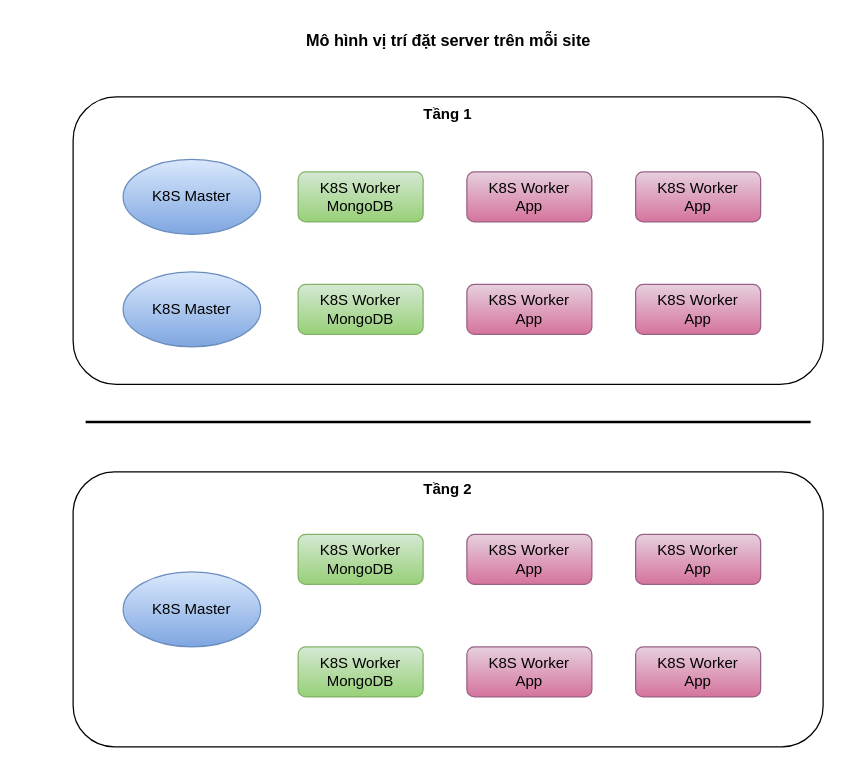
hiep1097/drawio keeps this draw.io diagram as page "Trang-2" (2 of 4) of trien khai mano ocs 100M.drawio. Above is the earlier version. Source tidied: cells renumbered, new cells numbered last; positions are measured from the earlier drawing's top-left corner, leaving out a move shared by most shapes. Both pictures are drawn from the tidied source at 125%, with x=0, y=0 at pixel (72, 21).
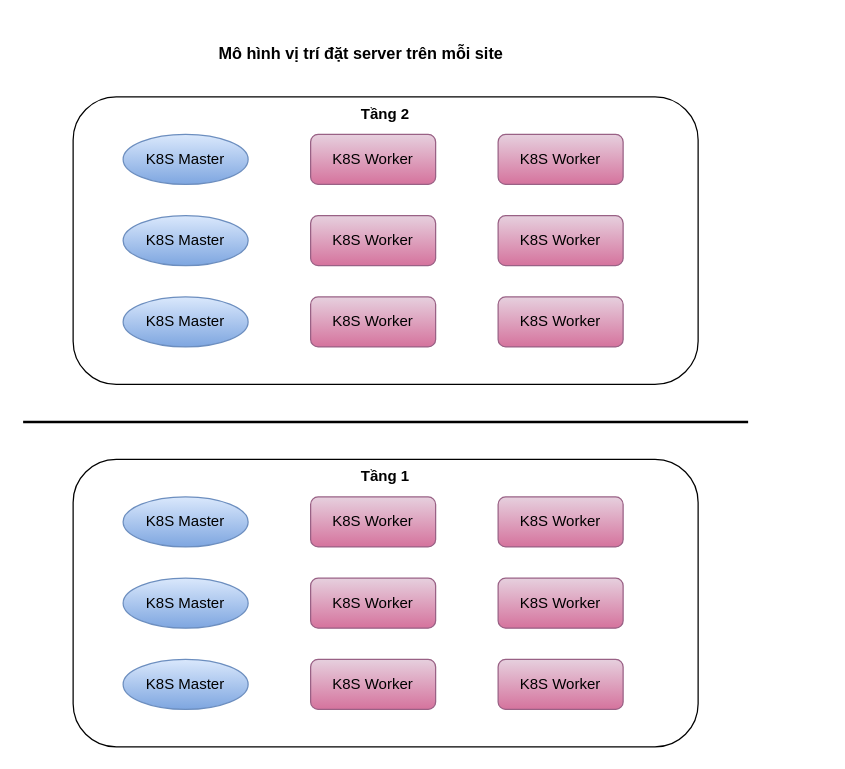
Above is the later version.

Diff of the diagram source:
```diff
@@
-    <mxCell id="2" value="Tầng 2" style="rounded=1;whiteSpace=wrap;html=1;verticalAlign=top;fontStyle=1;" parent="1" vertex="1">
-      <mxGeometry y="360" width="600" height="220" as="geometry" />
-    </mxCell>
-    <mxCell id="3" value="Tầng 1" style="rounded=1;whiteSpace=wrap;html=1;verticalAlign=top;fontStyle=1;" parent="1" vertex="1">
-      <mxGeometry y="60" width="600" height="230" as="geometry" />
+    <mxCell id="3" value="Tầng 2" style="rounded=1;whiteSpace=wrap;html=1;verticalAlign=top;fontStyle=1;" parent="1" vertex="1">
+      <mxGeometry y="60" width="500" height="230" as="geometry" />
     </mxCell>
     <mxCell id="4" style="endArrow=none;html=1;strokeWidth=2;rounded=0;" parent="1" edge="1">
       <mxGeometry relative="1" as="geometry">
-        <mxPoint x="10" y="320" as="sourcePoint" />
-        <mxPoint x="590" y="320" as="targetPoint" />
+        <mxPoint x="-40" y="320" as="sourcePoint" />
+        <mxPoint x="540" y="320" as="targetPoint" />
       </mxGeometry>
     </mxCell>
     <mxCell id="5" value="K8S Master" style="ellipse;whiteSpace=wrap;html=1;fillColor=#dae8fc;gradientColor=#7ea6e0;strokeColor=#6c8ebf;" parent="1" vertex="1">
-      <mxGeometry x="40" y="110" width="110" height="60" as="geometry" />
+      <mxGeometry x="40" y="90" width="100" height="40" as="geometry" />
     </mxCell>
-    <mxCell id="6" value="K8S Master" style="ellipse;whiteSpace=wrap;html=1;fillColor=#dae8fc;gradientColor=#7ea6e0;strokeColor=#6c8ebf;" parent="1" vertex="1">
-      <mxGeometry x="40" y="200" width="110" height="60" as="geometry" />
-    </mxCell>
-    <mxCell id="7" value="K8S Master" style="ellipse;whiteSpace=wrap;html=1;fillColor=#dae8fc;gradientColor=#7ea6e0;strokeColor=#6c8ebf;" parent="1" vertex="1">
-      <mxGeometry x="40" y="440" width="110" height="60" as="geometry" />
-    </mxCell>
-    <mxCell id="8" value="K8S Worker&lt;div&gt;MongoDB&lt;/div&gt;" style="rounded=1;whiteSpace=wrap;html=1;fillColor=#d5e8d4;strokeColor=#82b366;gradientColor=#97d077;" parent="1" vertex="1">
-      <mxGeometry x="180" y="120" width="100" height="40" as="geometry" />
-    </mxCell>
     <mxCell id="9" value="Mô hình vị trí đặt server trên mỗi site" style="text;html=1;align=center;verticalAlign=middle;strokeColor=none;fillColor=none;fontFamily=Helvetica;fontSize=13;fontColor=default;labelBackgroundColor=default;fontStyle=1;" parent="1" vertex="1">
-      <mxGeometry x="185" width="230" height="30" as="geometry" />
+      <mxGeometry x="115" y="10" width="230" height="30" as="geometry" />
     </mxCell>
-    <mxCell id="10" value="K8S Worker&lt;div&gt;App&lt;/div&gt;" style="rounded=1;whiteSpace=wrap;html=1;fillColor=#e6d0de;gradientColor=#d5739d;strokeColor=#996185;" parent="1" vertex="1">
-      <mxGeometry x="315" y="120" width="100" height="40" as="geometry" />
+    <mxCell id="10" value="K8S Worker" style="rounded=1;whiteSpace=wrap;html=1;fillColor=#e6d0de;gradientColor=#d5739d;strokeColor=#996185;" parent="1" vertex="1">
+      <mxGeometry x="340" y="90" width="100" height="40" as="geometry" />
     </mxCell>
-    <mxCell id="11" value="K8S Worker&lt;div&gt;App&lt;/div&gt;" style="rounded=1;whiteSpace=wrap;html=1;fillColor=#e6d0de;gradientColor=#d5739d;strokeColor=#996185;" parent="1" vertex="1">
-      <mxGeometry x="450" y="120" width="100" height="40" as="geometry" />
+    <mxCell id="11" value="K8S Worker" style="rounded=1;whiteSpace=wrap;html=1;fillColor=#e6d0de;gradientColor=#d5739d;strokeColor=#996185;" parent="1" vertex="1">
+      <mxGeometry x="340" y="155" width="100" height="40" as="geometry" />
     </mxCell>
-    <mxCell id="12" value="K8S Worker&lt;div&gt;MongoDB&lt;/div&gt;" style="rounded=1;whiteSpace=wrap;html=1;fillColor=#d5e8d4;strokeColor=#82b366;gradientColor=#97d077;" parent="1" vertex="1">
-      <mxGeometry x="180" y="210" width="100" height="40" as="geometry" />
-    </mxCell>
-    <mxCell id="13" value="K8S Worker&lt;div&gt;App&lt;/div&gt;" style="rounded=1;whiteSpace=wrap;html=1;fillColor=#e6d0de;gradientColor=#d5739d;strokeColor=#996185;" parent="1" vertex="1">
-      <mxGeometry x="315" y="210" width="100" height="40" as="geometry" />
+    <mxCell id="13" value="K8S Worker" style="rounded=1;whiteSpace=wrap;html=1;fillColor=#e6d0de;gradientColor=#d5739d;strokeColor=#996185;" parent="1" vertex="1">
+      <mxGeometry x="340" y="220" width="100" height="40" as="geometry" />
     </mxCell>
-    <mxCell id="14" value="K8S Worker&lt;div&gt;App&lt;/div&gt;" style="rounded=1;whiteSpace=wrap;html=1;fillColor=#e6d0de;gradientColor=#d5739d;strokeColor=#996185;" parent="1" vertex="1">
-      <mxGeometry x="450" y="210" width="100" height="40" as="geometry" />
-    </mxCell>
-    <mxCell id="15" value="K8S Worker&lt;div&gt;MongoDB&lt;/div&gt;" style="rounded=1;whiteSpace=wrap;html=1;fillColor=#d5e8d4;strokeColor=#82b366;gradientColor=#97d077;" parent="1" vertex="1">
-      <mxGeometry x="180" y="410" width="100" height="40" as="geometry" />
-    </mxCell>
-    <mxCell id="16" value="K8S Worker&lt;div&gt;App&lt;/div&gt;" style="rounded=1;whiteSpace=wrap;html=1;fillColor=#e6d0de;gradientColor=#d5739d;strokeColor=#996185;" parent="1" vertex="1">
-      <mxGeometry x="315" y="410" width="100" height="40" as="geometry" />
-    </mxCell>
-    <mxCell id="17" value="K8S Worker&lt;div&gt;App&lt;/div&gt;" style="rounded=1;whiteSpace=wrap;html=1;fillColor=#e6d0de;gradientColor=#d5739d;strokeColor=#996185;" parent="1" vertex="1">
-      <mxGeometry x="450" y="410" width="100" height="40" as="geometry" />
-    </mxCell>
-    <mxCell id="18" value="K8S Worker&lt;div&gt;MongoDB&lt;/div&gt;" style="rounded=1;whiteSpace=wrap;html=1;fillColor=#d5e8d4;strokeColor=#82b366;gradientColor=#97d077;" parent="1" vertex="1">
-      <mxGeometry x="180" y="500" width="100" height="40" as="geometry" />
-    </mxCell>
-    <mxCell id="19" value="K8S Worker&lt;div&gt;App&lt;/div&gt;" style="rounded=1;whiteSpace=wrap;html=1;fillColor=#e6d0de;gradientColor=#d5739d;strokeColor=#996185;" parent="1" vertex="1">
-      <mxGeometry x="315" y="500" width="100" height="40" as="geometry" />
-    </mxCell>
-    <mxCell id="20" value="K8S Worker&lt;div&gt;App&lt;/div&gt;" style="rounded=1;whiteSpace=wrap;html=1;fillColor=#e6d0de;gradientColor=#d5739d;strokeColor=#996185;" parent="1" vertex="1">
-      <mxGeometry x="450" y="500" width="100" height="40" as="geometry" />
-    </mxCell>
+    <mxCell id="21" value="K8S Master" style="ellipse;whiteSpace=wrap;html=1;fillColor=#dae8fc;gradientColor=#7ea6e0;strokeColor=#6c8ebf;" parent="1" vertex="1">
+      <mxGeometry x="40" y="155" width="100" height="40" as="geometry" />
+    </mxCell>
+    <mxCell id="22" value="K8S Master" style="ellipse;whiteSpace=wrap;html=1;fillColor=#dae8fc;gradientColor=#7ea6e0;strokeColor=#6c8ebf;" parent="1" vertex="1">
+      <mxGeometry x="40" y="220" width="100" height="40" as="geometry" />
+    </mxCell>
+    <mxCell id="23" value="K8S Worker" style="rounded=1;whiteSpace=wrap;html=1;fillColor=#e6d0de;gradientColor=#d5739d;strokeColor=#996185;" parent="1" vertex="1">
+      <mxGeometry x="190" y="90" width="100" height="40" as="geometry" />
+    </mxCell>
+    <mxCell id="24" value="K8S Worker" style="rounded=1;whiteSpace=wrap;html=1;fillColor=#e6d0de;gradientColor=#d5739d;strokeColor=#996185;" parent="1" vertex="1">
+      <mxGeometry x="190" y="155" width="100" height="40" as="geometry" />
+    </mxCell>
+    <mxCell id="25" value="K8S Worker" style="rounded=1;whiteSpace=wrap;html=1;fillColor=#e6d0de;gradientColor=#d5739d;strokeColor=#996185;" parent="1" vertex="1">
+      <mxGeometry x="190" y="220" width="100" height="40" as="geometry" />
+    </mxCell>
+    <mxCell id="26" value="Tầng 1" style="rounded=1;whiteSpace=wrap;html=1;verticalAlign=top;fontStyle=1;" parent="1" vertex="1">
+      <mxGeometry y="350" width="500" height="230" as="geometry" />
+    </mxCell>
+    <mxCell id="27" value="K8S Master" style="ellipse;whiteSpace=wrap;html=1;fillColor=#dae8fc;gradientColor=#7ea6e0;strokeColor=#6c8ebf;" parent="1" vertex="1">
+      <mxGeometry x="40" y="380" width="100" height="40" as="geometry" />
+    </mxCell>
+    <mxCell id="28" value="K8S Worker" style="rounded=1;whiteSpace=wrap;html=1;fillColor=#e6d0de;gradientColor=#d5739d;strokeColor=#996185;" parent="1" vertex="1">
+      <mxGeometry x="340" y="380" width="100" height="40" as="geometry" />
+    </mxCell>
+    <mxCell id="29" value="K8S Worker" style="rounded=1;whiteSpace=wrap;html=1;fillColor=#e6d0de;gradientColor=#d5739d;strokeColor=#996185;" parent="1" vertex="1">
+      <mxGeometry x="340" y="445" width="100" height="40" as="geometry" />
+    </mxCell>
+    <mxCell id="30" value="K8S Worker" style="rounded=1;whiteSpace=wrap;html=1;fillColor=#e6d0de;gradientColor=#d5739d;strokeColor=#996185;" parent="1" vertex="1">
+      <mxGeometry x="340" y="510" width="100" height="40" as="geometry" />
+    </mxCell>
+    <mxCell id="31" value="K8S Master" style="ellipse;whiteSpace=wrap;html=1;fillColor=#dae8fc;gradientColor=#7ea6e0;strokeColor=#6c8ebf;" parent="1" vertex="1">
+      <mxGeometry x="40" y="445" width="100" height="40" as="geometry" />
+    </mxCell>
+    <mxCell id="32" value="K8S Master" style="ellipse;whiteSpace=wrap;html=1;fillColor=#dae8fc;gradientColor=#7ea6e0;strokeColor=#6c8ebf;" parent="1" vertex="1">
+      <mxGeometry x="40" y="510" width="100" height="40" as="geometry" />
+    </mxCell>
+    <mxCell id="33" value="K8S Worker" style="rounded=1;whiteSpace=wrap;html=1;fillColor=#e6d0de;gradientColor=#d5739d;strokeColor=#996185;" parent="1" vertex="1">
+      <mxGeometry x="190" y="380" width="100" height="40" as="geometry" />
+    </mxCell>
+    <mxCell id="34" value="K8S Worker" style="rounded=1;whiteSpace=wrap;html=1;fillColor=#e6d0de;gradientColor=#d5739d;strokeColor=#996185;" parent="1" vertex="1">
+      <mxGeometry x="190" y="445" width="100" height="40" as="geometry" />
+    </mxCell>
+    <mxCell id="35" value="K8S Worker" style="rounded=1;whiteSpace=wrap;html=1;fillColor=#e6d0de;gradientColor=#d5739d;strokeColor=#996185;" parent="1" vertex="1">
+      <mxGeometry x="190" y="510" width="100" height="40" as="geometry" />
+    </mxCell>
```
